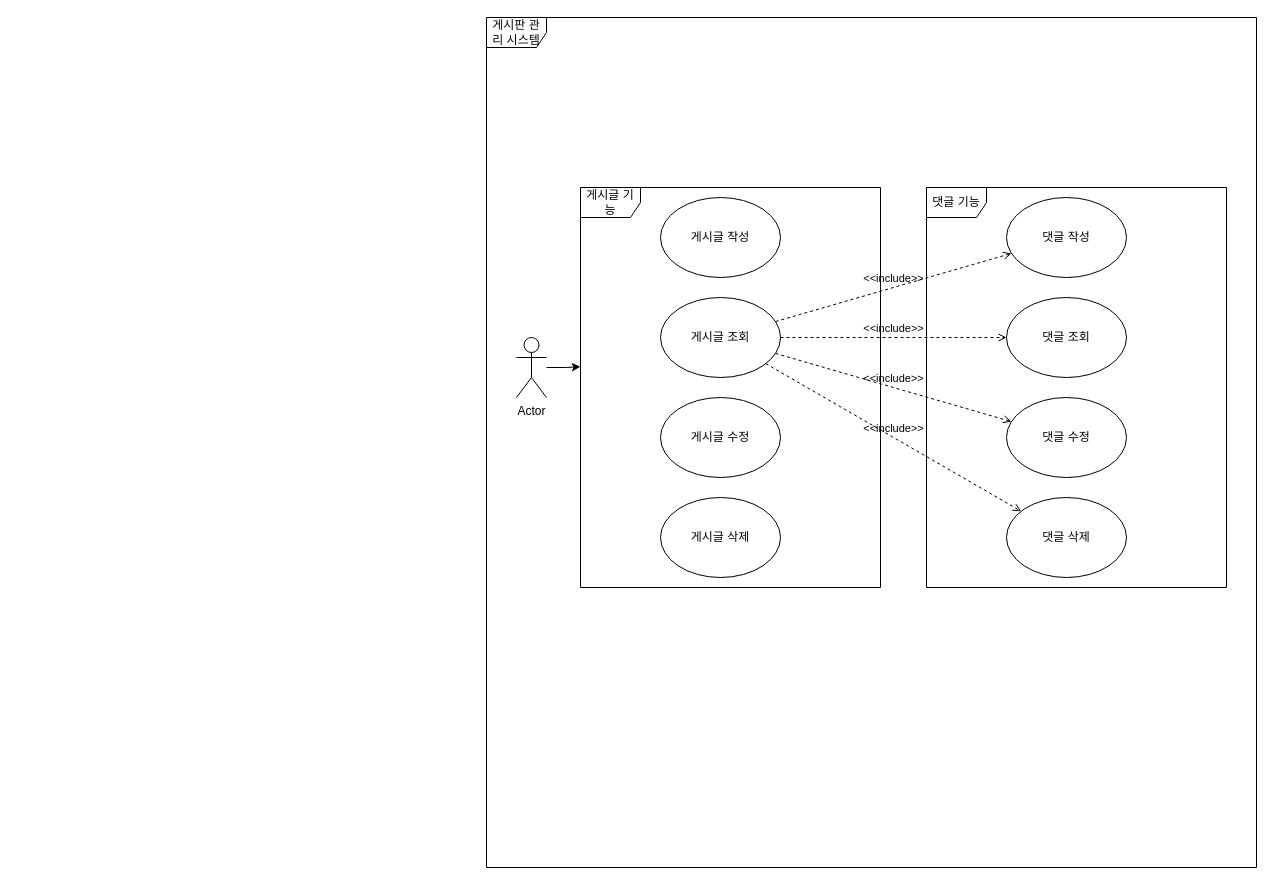
Above: diagram/usecase-diagram.drawio in p-seonggeun/basic-board (draw.io), before the change. Source tidied: cells renumbered, new cells numbered last; positions are measured from the earlier drawing's top-left corner, leaving out a move shared by most shapes. Both pictures are drawn from the tidied source at 100%, with x=0, y=0 at pixel (486, 17).
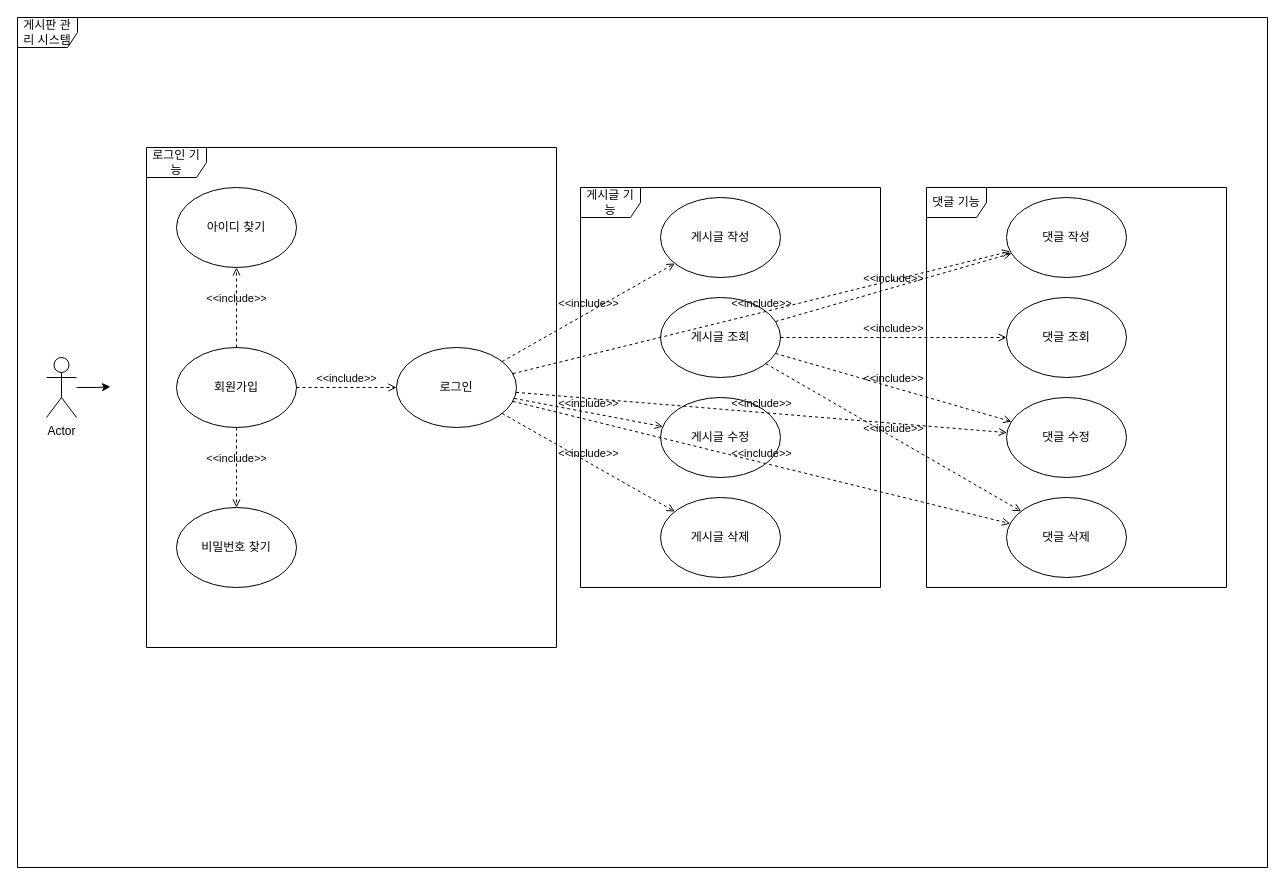
After the change.

The change refers to these unchanged cells:
```xml
<mxCell id="3" value="게시글 작성" style="ellipse;whiteSpace=wrap;html=1;" parent="1" vertex="1">
  <mxGeometry x="174" y="180" width="120" height="80" as="geometry" />
</mxCell>
<mxCell id="5" value="게시글 수정" style="ellipse;whiteSpace=wrap;html=1;" parent="1" vertex="1">
  <mxGeometry x="174" y="380" width="120" height="80" as="geometry" />
</mxCell>
<mxCell id="6" value="게시글 삭제" style="ellipse;whiteSpace=wrap;html=1;" parent="1" vertex="1">
  <mxGeometry x="174" y="480" width="120" height="80" as="geometry" />
</mxCell>
<mxCell id="7" value="댓글 작성" style="ellipse;whiteSpace=wrap;html=1;" parent="1" vertex="1">
  <mxGeometry x="520" y="180" width="120" height="80" as="geometry" />
</mxCell>
<mxCell id="9" value="댓글 수정" style="ellipse;whiteSpace=wrap;html=1;" parent="1" vertex="1">
  <mxGeometry x="520" y="380" width="120" height="80" as="geometry" />
</mxCell>
<mxCell id="10" value="댓글 삭제" style="ellipse;whiteSpace=wrap;html=1;" parent="1" vertex="1">
  <mxGeometry x="520" y="480" width="120" height="80" as="geometry" />
</mxCell>
<mxCell id="11" value="게시글 기능" style="shape=umlFrame;whiteSpace=wrap;html=1;" parent="1" vertex="1">
  <mxGeometry x="94" y="170" width="300" height="400" as="geometry" />
</mxCell>
```

Diff of the diagram source:
```diff
@@
     <mxCell id="2" value="Actor" style="shape=umlActor;verticalLabelPosition=bottom;verticalAlign=top;html=1;outlineConnect=0;" parent="1" vertex="1">
-      <mxGeometry x="30" y="320" width="30" height="60" as="geometry" />
+      <mxGeometry x="-440" y="340" width="30" height="60" as="geometry" />
     </mxCell>
@@
     <mxCell id="13" value="게시판 관리 시스템" style="shape=umlFrame;whiteSpace=wrap;html=1;" parent="1" vertex="1">
-      <mxGeometry width="770" height="850" as="geometry" />
+      <mxGeometry x="-469" width="1250" height="850" as="geometry" />
     </mxCell>
@@
-    <mxCell id="18" style="edgeStyle=orthogonalEdgeStyle;rounded=0;jettySize=auto;html=1;entryX=0;entryY=0.448;entryDx=0;entryDy=0;entryPerimeter=0;" parent="1" edge="1" source="2" target="11">
-      <mxGeometry relative="1" as="geometry" />
+    <mxCell id="18" style="edgeStyle=orthogonalEdgeStyle;rounded=0;jettySize=auto;html=1;entryX=0;entryY=0.448;entryDx=0;entryDy=0;entryPerimeter=0;" parent="1" edge="1" source="2">
+      <mxGeometry relative="1" as="geometry">
+        <mxPoint x="-376" y="369.2" as="targetPoint" />
+      </mxGeometry>
     </mxCell>
+    <mxCell id="19" value="로그인&lt;span style=&quot;background-color: transparent; color: light-dark(rgb(0, 0, 0), rgb(255, 255, 255));&quot;&gt;&amp;nbsp;기능&lt;/span&gt;" style="shape=umlFrame;whiteSpace=wrap;html=1;" parent="1" vertex="1">
+      <mxGeometry x="-340" y="130" width="410" height="500" as="geometry" />
+    </mxCell>
+    <mxCell id="20" value="회원가입" style="ellipse;whiteSpace=wrap;html=1;" parent="1" vertex="1">
+      <mxGeometry x="-310" y="330" width="120" height="80" as="geometry" />
+    </mxCell>
+    <mxCell id="21" value="로그인" style="ellipse;whiteSpace=wrap;html=1;" parent="1" vertex="1">
+      <mxGeometry x="-90" y="330" width="120" height="80" as="geometry" />
+    </mxCell>
+    <mxCell id="22" value="아이디 찾기" style="ellipse;whiteSpace=wrap;html=1;" parent="1" vertex="1">
+      <mxGeometry x="-310" y="170" width="120" height="80" as="geometry" />
+    </mxCell>
+    <mxCell id="23" value="비밀번호 찾기" style="ellipse;whiteSpace=wrap;html=1;" parent="1" vertex="1">
+      <mxGeometry x="-310" y="490" width="120" height="80" as="geometry" />
+    </mxCell>
+    <mxCell id="24" value="&amp;lt;&amp;lt;include&amp;gt;&amp;gt;" style="html=1;verticalAlign=bottom;labelBackgroundColor=none;endArrow=open;endFill=0;dashed=1;rounded=0;" parent="1" edge="1" source="21" target="7">
+      <mxGeometry relative="1" as="geometry" />
+    </mxCell>
+    <mxCell id="25" value="&amp;lt;&amp;lt;include&amp;gt;&amp;gt;" style="html=1;verticalAlign=bottom;labelBackgroundColor=none;endArrow=open;endFill=0;dashed=1;rounded=0;" parent="1" edge="1" source="21" target="3">
+      <mxGeometry relative="1" as="geometry" />
+    </mxCell>
+    <mxCell id="26" value="&amp;lt;&amp;lt;include&amp;gt;&amp;gt;" style="html=1;verticalAlign=bottom;labelBackgroundColor=none;endArrow=open;endFill=0;dashed=1;rounded=0;" parent="1" edge="1" source="21" target="5">
+      <mxGeometry relative="1" as="geometry" />
+    </mxCell>
+    <mxCell id="27" value="&amp;lt;&amp;lt;include&amp;gt;&amp;gt;" style="html=1;verticalAlign=bottom;labelBackgroundColor=none;endArrow=open;endFill=0;dashed=1;rounded=0;" parent="1" edge="1" source="21" target="6">
+      <mxGeometry relative="1" as="geometry" />
+    </mxCell>
+    <mxCell id="28" value="&amp;lt;&amp;lt;include&amp;gt;&amp;gt;" style="html=1;verticalAlign=bottom;labelBackgroundColor=none;endArrow=open;endFill=0;dashed=1;rounded=0;" parent="1" edge="1" source="21" target="9">
+      <mxGeometry relative="1" as="geometry" />
+    </mxCell>
+    <mxCell id="29" value="&amp;lt;&amp;lt;include&amp;gt;&amp;gt;" style="html=1;verticalAlign=bottom;labelBackgroundColor=none;endArrow=open;endFill=0;dashed=1;rounded=0;" parent="1" edge="1" source="21" target="10">
+      <mxGeometry relative="1" as="geometry" />
+    </mxCell>
+    <mxCell id="30" value="&amp;lt;&amp;lt;include&amp;gt;&amp;gt;" style="html=1;verticalAlign=bottom;labelBackgroundColor=none;endArrow=open;endFill=0;dashed=1;rounded=0;" parent="1" edge="1" source="20" target="21">
+      <mxGeometry relative="1" as="geometry" />
+    </mxCell>
+    <mxCell id="31" value="&amp;lt;&amp;lt;include&amp;gt;&amp;gt;" style="html=1;verticalAlign=bottom;labelBackgroundColor=none;endArrow=open;endFill=0;dashed=1;rounded=0;" parent="1" edge="1" source="20" target="22">
+      <mxGeometry relative="1" as="geometry" />
+    </mxCell>
+    <mxCell id="32" value="&amp;lt;&amp;lt;include&amp;gt;&amp;gt;" style="html=1;verticalAlign=bottom;labelBackgroundColor=none;endArrow=open;endFill=0;dashed=1;rounded=0;" parent="1" edge="1" source="20" target="23">
+      <mxGeometry relative="1" as="geometry" />
+    </mxCell>
```
